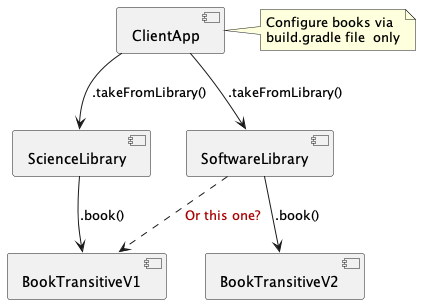
tfedorov/GradleDependencies keeps this PlantUML diagram as docs/components.png. Above is the earlier version.
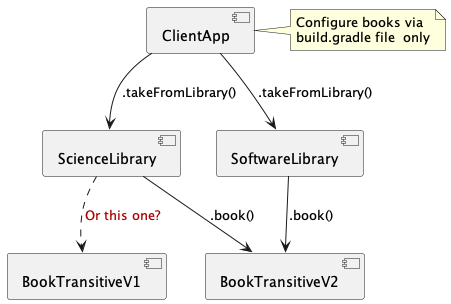
Above is the later version.

The edit, as a diff of the source:
```diff
@@ -13,13 +13,13 @@
 app --> sci : .takeFromLibrary()
 
 
-sci --> book1 : .book()
+sci --> book2 : .book()
 soft --> book2 : .book()
 
 skinparam component  {
   ArrowFontColor #aa0000
 }
-soft ..> book1 : Or this one?
+sci ..> book1 : Or this one?
 
 note right of [app]
   Configure books via
```
